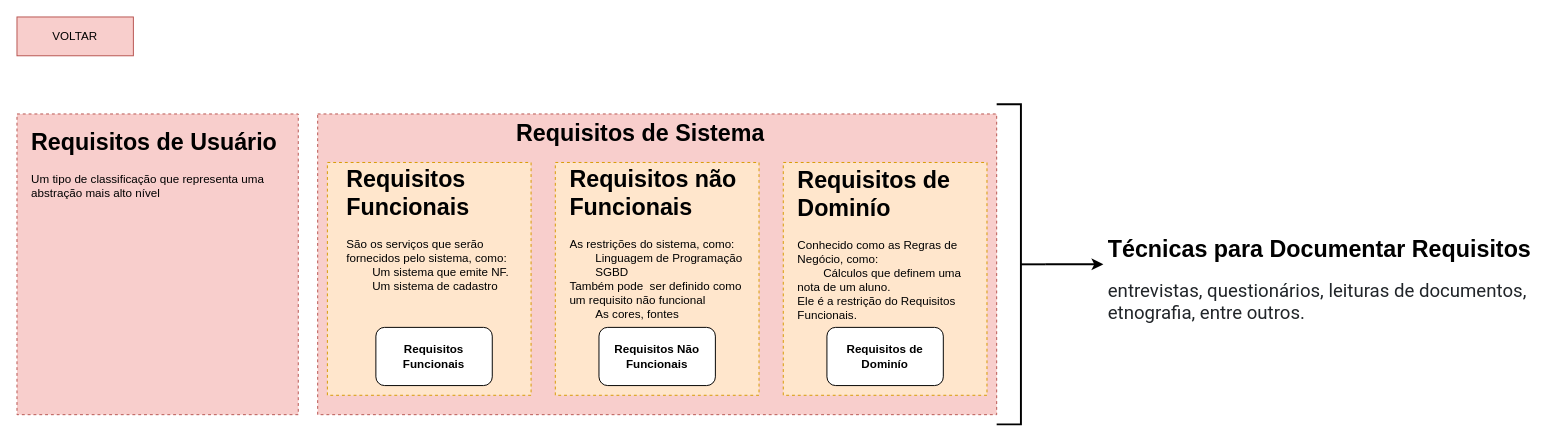
The draw.io diagram page "Levantamento de Requisitos" (2 of 2) of Diagrama sem nome.drawio in tiago-cm/Modelagens, before the edit. Source tidied: cells renumbered, new cells numbered last; positions are measured from the earlier drawing's top-left corner, leaving out a move shared by most shapes. Both pictures are drawn from the tidied source at 97%, with x=0, y=0 at pixel (16, 16).
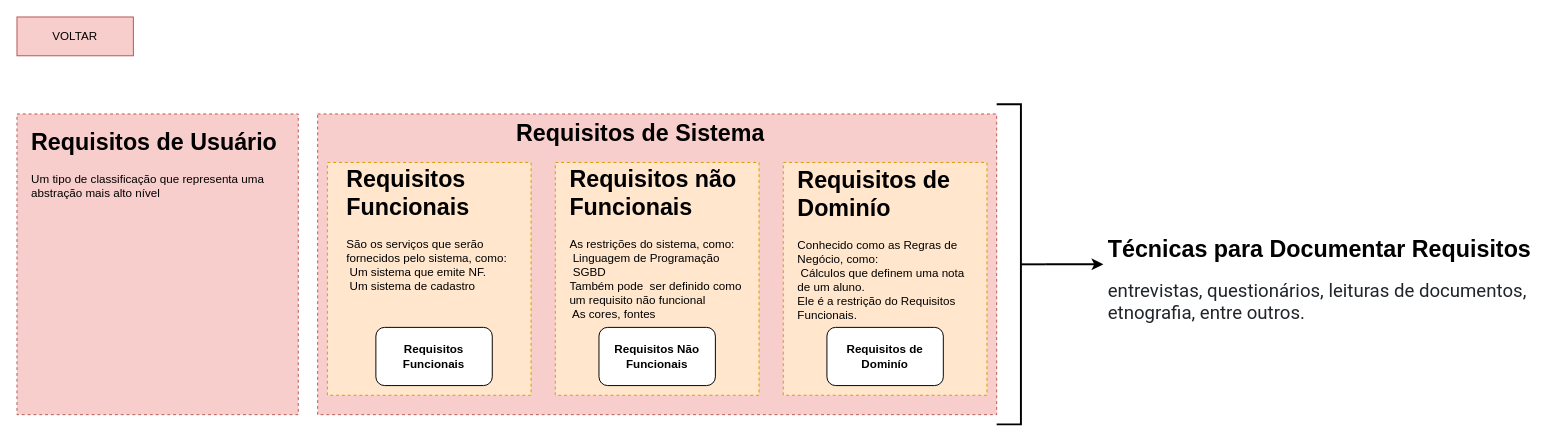
The same diagram, later.

The edit, as a diff of the source:
```diff
@@
 <mxGraphModel>
   <root>
     <mxCell id="0" />
     <mxCell id="1" parent="0" />
     <mxCell id="2" style="rounded=0;whiteSpace=wrap;html=1;dashed=1;fillColor=#f8cecc;strokeColor=#b85450;" parent="1" vertex="1">
       <mxGeometry y="100" width="290" height="310" as="geometry" />
     </mxCell>
     <mxCell id="3" style="rounded=0;whiteSpace=wrap;html=1;dashed=1;fillColor=#f8cecc;strokeColor=#b85450;" parent="1" vertex="1">
       <mxGeometry x="310" y="100" width="700" height="310" as="geometry" />
     </mxCell>
     <mxCell id="4" style="rounded=0;whiteSpace=wrap;html=1;dashed=1;fillColor=#ffe6cc;strokeColor=#d79b00;" parent="1" vertex="1">
       <mxGeometry x="790" y="150" width="210" height="240" as="geometry" />
     </mxCell>
     <mxCell id="5" style="rounded=0;whiteSpace=wrap;html=1;dashed=1;fillColor=#ffe6cc;strokeColor=#d79b00;" parent="1" vertex="1">
       <mxGeometry x="555" y="150" width="210" height="240" as="geometry" />
     </mxCell>
     <mxCell id="6" style="rounded=0;whiteSpace=wrap;html=1;dashed=1;fillColor=#ffe6cc;strokeColor=#d79b00;" parent="1" vertex="1">
       <mxGeometry x="320" y="150" width="210" height="240" as="geometry" />
     </mxCell>
     <mxCell id="7" value="Requisitos Funcionais" style="rounded=1;whiteSpace=wrap;html=1;fontStyle=1;" parent="1" vertex="1">
       <mxGeometry x="370" y="320" width="120" height="60" as="geometry" />
     </mxCell>
     <mxCell id="8" value="Requisitos Não Funcionais" style="rounded=1;whiteSpace=wrap;html=1;fontStyle=1;" parent="1" vertex="1">
       <mxGeometry x="600" y="320" width="120" height="60" as="geometry" />
     </mxCell>
     <mxCell id="9" value="Requisitos de Dominío" style="rounded=1;whiteSpace=wrap;html=1;fontStyle=1;" parent="1" vertex="1">
       <mxGeometry x="835" y="320" width="120" height="60" as="geometry" />
     </mxCell>
-    <mxCell id="10" value="&lt;h1&gt;Requisitos Funcionais&lt;/h1&gt;&lt;div&gt;São os serviços que serão fornecidos pelo sistema, como:&lt;/div&gt;&lt;div&gt;&lt;span style=&quot;white-space: pre;&quot;&gt;&#9;&lt;/span&gt;Um sistema que emite NF.&lt;br&gt;&lt;/div&gt;&lt;div&gt;&lt;span style=&quot;white-space: pre;&quot;&gt;&#9;&lt;/span&gt;Um sistema de cadastro&lt;br&gt;&lt;/div&gt;" style="text;html=1;strokeColor=none;fillColor=none;spacing=5;spacingTop=-20;whiteSpace=wrap;overflow=hidden;rounded=0;" parent="1" vertex="1">
+    <mxCell id="10" value="&lt;h1&gt;Requisitos Funcionais&lt;/h1&gt;&lt;div&gt;São os serviços que serão fornecidos pelo sistema, como:&lt;/div&gt;&lt;div&gt;&lt;span style=&quot;white-space: pre;&quot;&gt; &lt;/span&gt;Um sistema que emite NF.&lt;br&gt;&lt;/div&gt;&lt;div&gt;&lt;span style=&quot;white-space: pre;&quot;&gt; &lt;/span&gt;Um sistema de cadastro&lt;br&gt;&lt;/div&gt;" style="text;html=1;strokeColor=none;fillColor=none;spacing=5;spacingTop=-20;whiteSpace=wrap;overflow=hidden;rounded=0;" parent="1" vertex="1">
       <mxGeometry x="335" y="148" width="190" height="150" as="geometry" />
     </mxCell>
-    <mxCell id="11" value="&lt;h1&gt;Requisitos não Funcionais&lt;/h1&gt;&lt;div&gt;As restrições do sistema, como:&lt;/div&gt;&lt;div&gt;&lt;span style=&quot;white-space: pre;&quot;&gt;&#9;&lt;/span&gt;Linguagem de Programação&lt;br&gt;&lt;/div&gt;&lt;div&gt;&lt;span style=&quot;white-space: pre;&quot;&gt;&#9;&lt;/span&gt;SGBD&amp;nbsp;&lt;br&gt;&lt;/div&gt;&lt;div&gt;Também pode&amp;nbsp; ser definido como um requisito não funcional&lt;/div&gt;&lt;div&gt;&lt;span style=&quot;white-space: pre;&quot;&gt;&#9;&lt;/span&gt;As cores, fontes&lt;br&gt;&lt;/div&gt;" style="text;html=1;strokeColor=none;fillColor=none;spacing=5;spacingTop=-20;whiteSpace=wrap;overflow=hidden;rounded=0;" parent="1" vertex="1">
+    <mxCell id="11" value="&lt;h1&gt;Requisitos não Funcionais&lt;/h1&gt;&lt;div&gt;As restrições do sistema, como:&lt;/div&gt;&lt;div&gt;&lt;span style=&quot;white-space: pre;&quot;&gt; &lt;/span&gt;Linguagem de Programação&lt;br&gt;&lt;/div&gt;&lt;div&gt;&lt;span style=&quot;white-space: pre;&quot;&gt; &lt;/span&gt;SGBD&amp;nbsp;&lt;br&gt;&lt;/div&gt;&lt;div&gt;Também pode&amp;nbsp; ser definido como um requisito não funcional&lt;/div&gt;&lt;div&gt;&lt;span style=&quot;white-space: pre;&quot;&gt; &lt;/span&gt;As cores, fontes&lt;br&gt;&lt;/div&gt;" style="text;html=1;strokeColor=none;fillColor=none;spacing=5;spacingTop=-20;whiteSpace=wrap;overflow=hidden;rounded=0;" parent="1" vertex="1">
       <mxGeometry x="565" y="148" width="190" height="170" as="geometry" />
     </mxCell>
-    <mxCell id="12" value="&lt;h1&gt;Requisitos de Dominío&lt;/h1&gt;&lt;div&gt;Conhecido como as Regras de Negócio, como:&lt;/div&gt;&lt;div&gt;&lt;span style=&quot;white-space: pre;&quot;&gt;&#9;&lt;/span&gt;Cálculos que definem uma nota de um aluno.&lt;br&gt;&lt;/div&gt;&lt;div&gt;Ele é a restrição do Requisitos Funcionais.&lt;/div&gt;" style="text;html=1;strokeColor=none;fillColor=none;spacing=5;spacingTop=-20;whiteSpace=wrap;overflow=hidden;rounded=0;" parent="1" vertex="1">
+    <mxCell id="12" value="&lt;h1&gt;Requisitos de Dominío&lt;/h1&gt;&lt;div&gt;Conhecido como as Regras de Negócio, como:&lt;/div&gt;&lt;div&gt;&lt;span style=&quot;white-space: pre;&quot;&gt; &lt;/span&gt;Cálculos que definem uma nota de um aluno.&lt;br&gt;&lt;/div&gt;&lt;div&gt;Ele é a restrição do Requisitos Funcionais.&lt;/div&gt;" style="text;html=1;strokeColor=none;fillColor=none;spacing=5;spacingTop=-20;whiteSpace=wrap;overflow=hidden;rounded=0;" parent="1" vertex="1">
       <mxGeometry x="800" y="149" width="190" height="170" as="geometry" />
     </mxCell>
     <mxCell id="13" value="&lt;h1&gt;Requisitos de Usuário&lt;/h1&gt;&lt;div&gt;Um tipo de classificação que representa uma abstração mais alto nível&amp;nbsp;&lt;/div&gt;" style="text;html=1;strokeColor=none;fillColor=none;spacing=5;spacingTop=-20;whiteSpace=wrap;overflow=hidden;rounded=0;dashed=1;" parent="1" vertex="1">
       <mxGeometry x="10" y="110" width="270" height="120" as="geometry" />
     </mxCell>
     <mxCell id="14" value="&lt;h1&gt;Requisitos de Sistema&lt;/h1&gt;&lt;div&gt;&lt;br&gt;&lt;/div&gt;" style="text;html=1;strokeColor=none;fillColor=none;spacing=5;spacingTop=-20;whiteSpace=wrap;overflow=hidden;rounded=0;dashed=1;" parent="1" vertex="1">
       <mxGeometry x="510" y="100" width="300" height="40" as="geometry" />
     </mxCell>
     <mxCell id="15" value="VOLTAR" style="rounded=0;whiteSpace=wrap;html=1;fillColor=#f8cecc;strokeColor=#b85450;" parent="1" vertex="1">
       <mxGeometry width="120" height="40" as="geometry" />
     </mxCell>
     <mxCell id="16" style="edgeStyle=orthogonalEdgeStyle;rounded=0;jettySize=auto;html=1;exitX=0;exitY=0.5;exitDx=0;exitDy=0;exitPerimeter=0;strokeWidth=2;" parent="1" edge="1" source="17">
       <mxGeometry relative="1" as="geometry">
         <mxPoint x="1120" y="255" as="targetPoint" />
       </mxGeometry>
     </mxCell>
     <mxCell id="17" style="strokeWidth=2;html=1;shape=mxgraph.flowchart.annotation_2;align=left;labelPosition=right;rotation=-180;" parent="1" vertex="1">
       <mxGeometry x="1010" y="90" width="50" height="330" as="geometry" />
     </mxCell>
     <mxCell id="18" value="&lt;h1&gt;Técnicas para Documentar Requisitos&lt;/h1&gt;&lt;div&gt;&lt;span style=&quot;color: rgb(33, 37, 41); font-family: Roboto, sans-serif; font-size: 19.2px;&quot;&gt;entrevistas, questionários, leituras de documentos, etnografia, entre outros.&lt;/span&gt;&lt;br&gt;&lt;/div&gt;" style="text;html=1;strokeColor=none;fillColor=none;spacing=5;spacingTop=-20;whiteSpace=wrap;overflow=hidden;rounded=0;" parent="1" vertex="1">
       <mxGeometry x="1120" y="220" width="460" height="120" as="geometry" />
     </mxCell>
   </root>
 </mxGraphModel>
```
